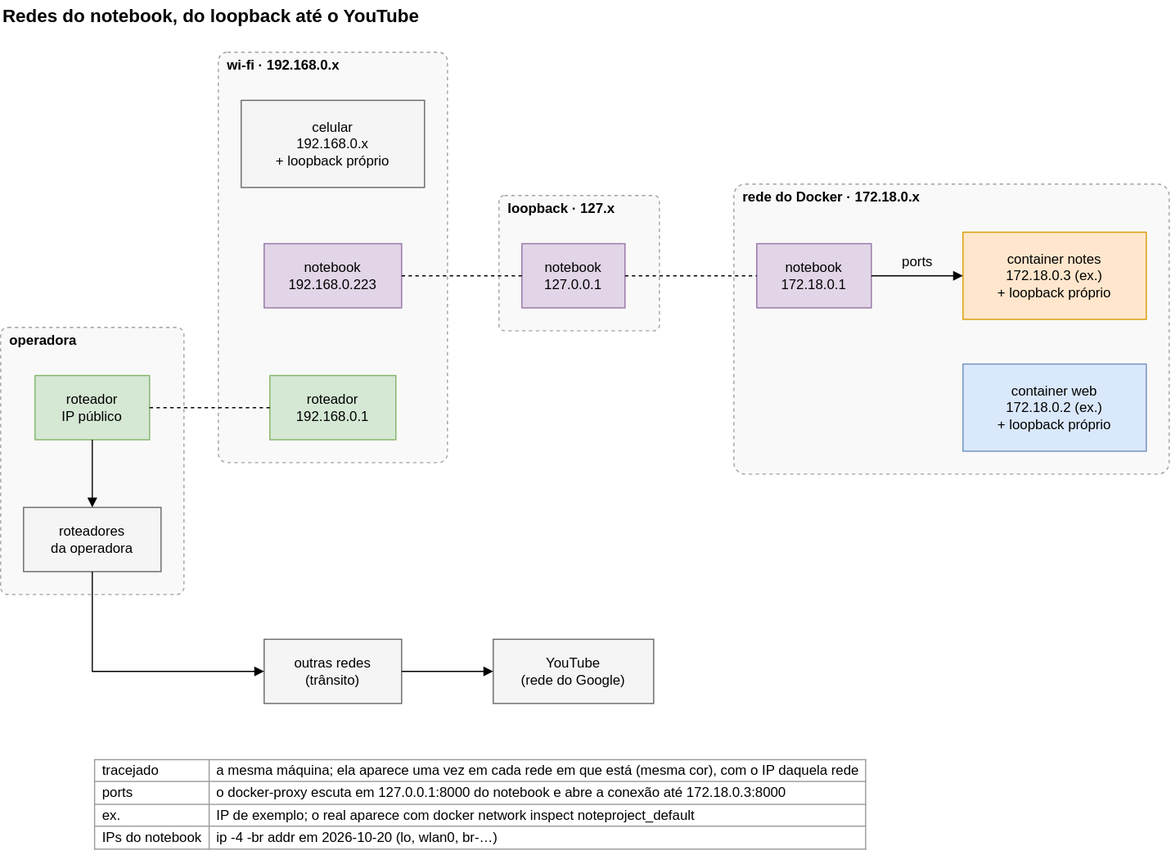
The draw.io diagram ai/kb/diagramas/redes-do-notebook.drawio.svg in LuccaRh/NoteProject, before a commit. Source tidied: cells renumbered, new cells last; positions are measured from the earlier drawing's top-left corner, leaving out a move shared by most shapes. The source it was exported from:
```xml
<mxGraphModel background="#ffffff">
  <root>
    <mxCell id="0" />
    <mxCell id="1" parent="0" />
    <mxCell id="2" value="Redes do notebook, do loopback até o YouTube" style="text;html=1;align=left;verticalAlign=middle;fontSize=16;fontStyle=1;" parent="1" vertex="1">
      <mxGeometry width="421" height="26" as="geometry" />
    </mxCell>
    <mxCell id="3" style="rounded=1;arcSize=4;dashed=1;html=1;fontSize=12;fillColor=#f5f5f5;strokeColor=#666666;opacity=60;" parent="1" vertex="1">
      <mxGeometry x="640" y="160" width="380" height="253" as="geometry" />
    </mxCell>
    <mxCell id="4" style="rounded=1;arcSize=4;dashed=1;html=1;fontSize=12;fillColor=#f5f5f5;strokeColor=#666666;opacity=60;" parent="1" vertex="1">
      <mxGeometry x="190" y="45" width="200" height="358" as="geometry" />
    </mxCell>
    <mxCell id="5" style="rounded=1;arcSize=4;dashed=1;html=1;fontSize=12;fillColor=#f5f5f5;strokeColor=#666666;opacity=60;" parent="1" vertex="1">
      <mxGeometry y="285" width="160" height="233" as="geometry" />
    </mxCell>
    <mxCell id="6" style="rounded=1;arcSize=4;dashed=1;html=1;fontSize=12;fillColor=#f5f5f5;strokeColor=#666666;opacity=60;" parent="1" vertex="1">
      <mxGeometry x="435" y="170" width="140" height="118" as="geometry" />
    </mxCell>
    <mxCell id="7" value="roteador&lt;br&gt;IP público" style="html=1;whiteSpace=wrap;fontSize=12;rounded=0;fillColor=#d5e8d4;strokeColor=#82b366;" parent="1" vertex="1">
      <mxGeometry x="30" y="327" width="100" height="56" as="geometry" />
    </mxCell>
    <mxCell id="8" value="roteadores&lt;br&gt;da operadora" style="html=1;whiteSpace=wrap;fontSize=12;rounded=0;fillColor=#f5f5f5;strokeColor=#666666;" parent="1" vertex="1">
      <mxGeometry x="20" y="442" width="120" height="56" as="geometry" />
    </mxCell>
    <mxCell id="9" value="celular&lt;br&gt;192.168.0.x&lt;br&gt;+ loopback próprio" style="html=1;whiteSpace=wrap;fontSize=12;rounded=0;fillColor=#f5f5f5;strokeColor=#666666;" parent="1" vertex="1">
      <mxGeometry x="210" y="87" width="160" height="76" as="geometry" />
    </mxCell>
    <mxCell id="10" value="notebook&lt;br&gt;192.168.0.223" style="html=1;whiteSpace=wrap;fontSize=12;rounded=0;fillColor=#e1d5e7;strokeColor=#9673a6;" parent="1" vertex="1">
      <mxGeometry x="230" y="212" width="120" height="56" as="geometry" />
    </mxCell>
    <mxCell id="11" value="roteador&lt;br&gt;192.168.0.1" style="html=1;whiteSpace=wrap;fontSize=12;rounded=0;fillColor=#d5e8d4;strokeColor=#82b366;" parent="1" vertex="1">
      <mxGeometry x="235" y="327" width="110" height="56" as="geometry" />
    </mxCell>
    <mxCell id="12" value="notebook&lt;br&gt;127.0.0.1" style="html=1;whiteSpace=wrap;fontSize=12;rounded=0;fillColor=#e1d5e7;strokeColor=#9673a6;" parent="1" vertex="1">
      <mxGeometry x="455" y="212" width="90" height="56" as="geometry" />
    </mxCell>
    <mxCell id="13" value="notebook&lt;br&gt;172.18.0.1" style="html=1;whiteSpace=wrap;fontSize=12;rounded=0;fillColor=#e1d5e7;strokeColor=#9673a6;" parent="1" vertex="1">
      <mxGeometry x="660" y="212" width="100" height="56" as="geometry" />
    </mxCell>
    <mxCell id="14" value="container notes&lt;br&gt;172.18.0.3 (ex.)&lt;br&gt;+ loopback próprio" style="html=1;whiteSpace=wrap;fontSize=12;rounded=0;fillColor=#ffe6cc;strokeColor=#d79b00;" parent="1" vertex="1">
      <mxGeometry x="840" y="202" width="160" height="76" as="geometry" />
    </mxCell>
    <mxCell id="15" value="container web&lt;br&gt;172.18.0.2 (ex.)&lt;br&gt;+ loopback próprio" style="html=1;whiteSpace=wrap;fontSize=12;rounded=0;fillColor=#dae8fc;strokeColor=#6c8ebf;" parent="1" vertex="1">
      <mxGeometry x="840" y="317" width="160" height="76" as="geometry" />
    </mxCell>
    <mxCell id="16" value="outras redes&lt;br&gt;(trânsito)" style="html=1;whiteSpace=wrap;fontSize=12;rounded=0;fillColor=#f5f5f5;strokeColor=#666666;" parent="1" vertex="1">
      <mxGeometry x="230" y="557" width="120" height="56" as="geometry" />
    </mxCell>
    <mxCell id="17" value="YouTube&lt;br&gt;(rede do Google)" style="html=1;whiteSpace=wrap;fontSize=12;rounded=0;fillColor=#f5f5f5;strokeColor=#666666;" parent="1" vertex="1">
      <mxGeometry x="430" y="557" width="140" height="56" as="geometry" />
    </mxCell>
    <mxCell id="18" style="html=1;rounded=0;endArrow=none;startArrow=none;dashed=1;" parent="1" edge="1">
      <mxGeometry relative="1" as="geometry">
        <mxPoint x="350" y="240" as="sourcePoint" />
        <mxPoint x="455" y="240" as="targetPoint" />
      </mxGeometry>
    </mxCell>
    <mxCell id="19" style="html=1;rounded=0;endArrow=none;startArrow=none;dashed=1;" parent="1" edge="1">
      <mxGeometry relative="1" as="geometry">
        <mxPoint x="545" y="240" as="sourcePoint" />
        <mxPoint x="660" y="240" as="targetPoint" />
      </mxGeometry>
    </mxCell>
    <mxCell id="20" style="html=1;rounded=0;endArrow=none;startArrow=none;dashed=1;" parent="1" edge="1">
      <mxGeometry relative="1" as="geometry">
        <mxPoint x="235" y="355" as="sourcePoint" />
        <mxPoint x="130" y="355" as="targetPoint" />
      </mxGeometry>
    </mxCell>
    <mxCell id="21" style="html=1;rounded=0;endArrow=block;endFill=1;startArrow=none;" parent="1" edge="1">
      <mxGeometry relative="1" as="geometry">
        <mxPoint x="760" y="240" as="sourcePoint" />
        <mxPoint x="840" y="240" as="targetPoint" />
      </mxGeometry>
    </mxCell>
    <mxCell id="22" style="html=1;rounded=0;endArrow=block;endFill=1;startArrow=none;" parent="1" edge="1">
      <mxGeometry relative="1" as="geometry">
        <mxPoint x="80" y="383" as="sourcePoint" />
        <mxPoint x="80" y="442" as="targetPoint" />
      </mxGeometry>
    </mxCell>
    <mxCell id="23" style="html=1;rounded=0;endArrow=block;endFill=1;startArrow=none;" parent="1" edge="1">
      <mxGeometry relative="1" as="geometry">
        <mxPoint x="80" y="498" as="sourcePoint" />
        <mxPoint x="230" y="585" as="targetPoint" />
        <Array as="points">
          <mxPoint x="80" y="585" />
        </Array>
      </mxGeometry>
    </mxCell>
    <mxCell id="24" style="html=1;rounded=0;endArrow=block;endFill=1;startArrow=none;" parent="1" edge="1">
      <mxGeometry relative="1" as="geometry">
        <mxPoint x="350" y="585" as="sourcePoint" />
        <mxPoint x="430" y="585" as="targetPoint" />
      </mxGeometry>
    </mxCell>
    <mxCell id="25" value="&lt;b&gt;operadora&lt;/b&gt;" style="text;html=1;align=left;verticalAlign=middle;fontSize=12;" parent="1" vertex="1">
      <mxGeometry x="6" y="288" width="79" height="18" as="geometry" />
    </mxCell>
    <mxCell id="26" value="&lt;b&gt;wi-fi · 192.168.0.x&lt;/b&gt;" style="text;html=1;align=left;verticalAlign=middle;fontSize=12;" parent="1" vertex="1">
      <mxGeometry x="196" y="48" width="149" height="18" as="geometry" />
    </mxCell>
    <mxCell id="27" value="&lt;b&gt;loopback · 127.x&lt;/b&gt;" style="text;html=1;align=left;verticalAlign=middle;fontSize=12;" parent="1" vertex="1">
      <mxGeometry x="441" y="173" width="128" height="18" as="geometry" />
    </mxCell>
    <mxCell id="28" value="&lt;b&gt;rede do Docker · 172.18.0.x&lt;/b&gt;" style="text;html=1;align=left;verticalAlign=middle;fontSize=12;" parent="1" vertex="1">
      <mxGeometry x="646" y="163" width="205" height="18" as="geometry" />
    </mxCell>
    <mxCell id="29" value="ports" style="text;html=1;align=center;verticalAlign=middle;fontSize=12;" parent="1" vertex="1">
      <mxGeometry x="774" y="219" width="51" height="18" as="geometry" />
    </mxCell>
    <mxCell id="30" value="&lt;table style=&quot;border-collapse:collapse;font-size:12px&quot;&gt;&lt;tr&gt;&lt;td style=&quot;border:1px solid #999;padding:2px 6px;text-align:left&quot;&gt;tracejado&lt;/td&gt;&lt;td style=&quot;border:1px solid #999;padding:2px 6px;text-align:left&quot;&gt;a mesma máquina; ela aparece uma vez em cada rede em que está (mesma cor), com o IP daquela rede&lt;/td&gt;&lt;/tr&gt;&lt;tr&gt;&lt;td style=&quot;border:1px solid #999;padding:2px 6px;text-align:left&quot;&gt;ports&lt;/td&gt;&lt;td style=&quot;border:1px solid #999;padding:2px 6px;text-align:left&quot;&gt;o docker-proxy escuta em 127.0.0.1:8000 do notebook e abre a conexão até 172.18.0.3:8000&lt;/td&gt;&lt;/tr&gt;&lt;tr&gt;&lt;td style=&quot;border:1px solid #999;padding:2px 6px;text-align:left&quot;&gt;ex.&lt;/td&gt;&lt;td style=&quot;border:1px solid #999;padding:2px 6px;text-align:left&quot;&gt;IP de exemplo; o real aparece com docker network inspect noteproject_default&lt;/td&gt;&lt;/tr&gt;&lt;tr&gt;&lt;td style=&quot;border:1px solid #999;padding:2px 6px;text-align:left&quot;&gt;IPs do notebook&lt;/td&gt;&lt;td style=&quot;border:1px solid #999;padding:2px 6px;text-align:left&quot;&gt;ip -4 -br addr em 2026-10-20 (lo, wlan0, br-…)&lt;/td&gt;&lt;/tr&gt;&lt;/table&gt;" style="text;html=1;align=left;verticalAlign=top;whiteSpace=wrap;fontSize=12;" parent="1" vertex="1">
      <mxGeometry x="80" y="655" width="829" height="94" as="geometry" />
    </mxCell>
  </root>
</mxGraphModel>
```
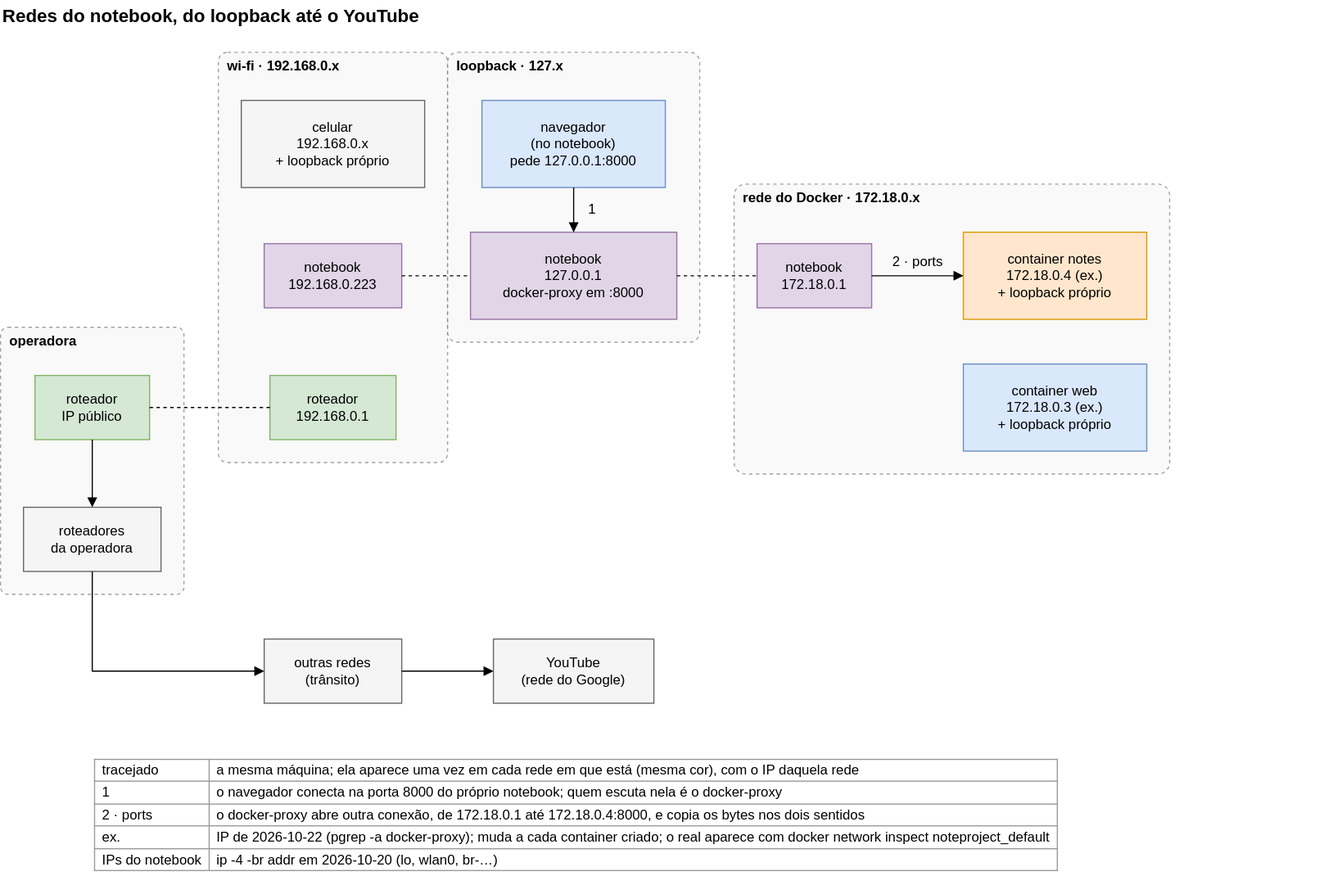
Later version of the same file.

Change to the diagram source:
```diff
@@ -11,12 +11,12 @@
     <mxCell id="4" style="rounded=1;arcSize=4;dashed=1;html=1;fontSize=12;fillColor=#f5f5f5;strokeColor=#666666;opacity=60;" parent="1" vertex="1">
       <mxGeometry x="190" y="45" width="200" height="358" as="geometry" />
     </mxCell>
+    <mxCell id="6" style="rounded=1;arcSize=4;dashed=1;html=1;fontSize=12;fillColor=#f5f5f5;strokeColor=#666666;opacity=60;" parent="1" vertex="1">
+      <mxGeometry x="390" y="45" width="220" height="253" as="geometry" />
+    </mxCell>
     <mxCell id="5" style="rounded=1;arcSize=4;dashed=1;html=1;fontSize=12;fillColor=#f5f5f5;strokeColor=#666666;opacity=60;" parent="1" vertex="1">
       <mxGeometry y="285" width="160" height="233" as="geometry" />
     </mxCell>
-    <mxCell id="6" style="rounded=1;arcSize=4;dashed=1;html=1;fontSize=12;fillColor=#f5f5f5;strokeColor=#666666;opacity=60;" parent="1" vertex="1">
-      <mxGeometry x="435" y="170" width="140" height="118" as="geometry" />
-    </mxCell>
     <mxCell id="7" value="roteador&lt;br&gt;IP público" style="html=1;whiteSpace=wrap;fontSize=12;rounded=0;fillColor=#d5e8d4;strokeColor=#82b366;" parent="1" vertex="1">
       <mxGeometry x="30" y="327" width="100" height="56" as="geometry" />
     </mxCell>
@@ -32,16 +32,19 @@
     <mxCell id="11" value="roteador&lt;br&gt;192.168.0.1" style="html=1;whiteSpace=wrap;fontSize=12;rounded=0;fillColor=#d5e8d4;strokeColor=#82b366;" parent="1" vertex="1">
       <mxGeometry x="235" y="327" width="110" height="56" as="geometry" />
     </mxCell>
+    <mxCell id="31" value="navegador&lt;br&gt;(no notebook)&lt;br&gt;pede 127.0.0.1:8000" style="html=1;whiteSpace=wrap;fontSize=12;rounded=0;fillColor=#dae8fc;strokeColor=#6c8ebf;" parent="1" vertex="1">
+      <mxGeometry x="420" y="87" width="160" height="76" as="geometry" />
+    </mxCell>
-    <mxCell id="12" value="notebook&lt;br&gt;127.0.0.1" style="html=1;whiteSpace=wrap;fontSize=12;rounded=0;fillColor=#e1d5e7;strokeColor=#9673a6;" parent="1" vertex="1">
-      <mxGeometry x="455" y="212" width="90" height="56" as="geometry" />
+    <mxCell id="12" value="notebook&lt;br&gt;127.0.0.1&lt;br&gt;docker-proxy em :8000" style="html=1;whiteSpace=wrap;fontSize=12;rounded=0;fillColor=#e1d5e7;strokeColor=#9673a6;" parent="1" vertex="1">
+      <mxGeometry x="410" y="202" width="180" height="76" as="geometry" />
     </mxCell>
     <mxCell id="13" value="notebook&lt;br&gt;172.18.0.1" style="html=1;whiteSpace=wrap;fontSize=12;rounded=0;fillColor=#e1d5e7;strokeColor=#9673a6;" parent="1" vertex="1">
       <mxGeometry x="660" y="212" width="100" height="56" as="geometry" />
     </mxCell>
-    <mxCell id="14" value="container notes&lt;br&gt;172.18.0.3 (ex.)&lt;br&gt;+ loopback próprio" style="html=1;whiteSpace=wrap;fontSize=12;rounded=0;fillColor=#ffe6cc;strokeColor=#d79b00;" parent="1" vertex="1">
+    <mxCell id="14" value="container notes&lt;br&gt;172.18.0.4 (ex.)&lt;br&gt;+ loopback próprio" style="html=1;whiteSpace=wrap;fontSize=12;rounded=0;fillColor=#ffe6cc;strokeColor=#d79b00;" parent="1" vertex="1">
       <mxGeometry x="840" y="202" width="160" height="76" as="geometry" />
     </mxCell>
-    <mxCell id="15" value="container web&lt;br&gt;172.18.0.2 (ex.)&lt;br&gt;+ loopback próprio" style="html=1;whiteSpace=wrap;fontSize=12;rounded=0;fillColor=#dae8fc;strokeColor=#6c8ebf;" parent="1" vertex="1">
+    <mxCell id="15" value="container web&lt;br&gt;172.18.0.3 (ex.)&lt;br&gt;+ loopback próprio" style="html=1;whiteSpace=wrap;fontSize=12;rounded=0;fillColor=#dae8fc;strokeColor=#6c8ebf;" parent="1" vertex="1">
       <mxGeometry x="840" y="317" width="160" height="76" as="geometry" />
     </mxCell>
     <mxCell id="16" value="outras redes&lt;br&gt;(trânsito)" style="html=1;whiteSpace=wrap;fontSize=12;rounded=0;fillColor=#f5f5f5;strokeColor=#666666;" parent="1" vertex="1">
@@ -53,12 +56,12 @@
     <mxCell id="18" style="html=1;rounded=0;endArrow=none;startArrow=none;dashed=1;" parent="1" edge="1">
       <mxGeometry relative="1" as="geometry">
         <mxPoint x="350" y="240" as="sourcePoint" />
-        <mxPoint x="455" y="240" as="targetPoint" />
+        <mxPoint x="410" y="240" as="targetPoint" />
       </mxGeometry>
     </mxCell>
     <mxCell id="19" style="html=1;rounded=0;endArrow=none;startArrow=none;dashed=1;" parent="1" edge="1">
       <mxGeometry relative="1" as="geometry">
-        <mxPoint x="545" y="240" as="sourcePoint" />
+        <mxPoint x="590" y="240" as="sourcePoint" />
         <mxPoint x="660" y="240" as="targetPoint" />
       </mxGeometry>
     </mxCell>
@@ -70,31 +73,37 @@
     </mxCell>
     <mxCell id="21" style="html=1;rounded=0;endArrow=block;endFill=1;startArrow=none;" parent="1" edge="1">
       <mxGeometry relative="1" as="geometry">
-        <mxPoint x="760" y="240" as="sourcePoint" />
-        <mxPoint x="840" y="240" as="targetPoint" />
+        <mxPoint x="500" y="163" as="sourcePoint" />
+        <mxPoint x="500" y="202" as="targetPoint" />
       </mxGeometry>
     </mxCell>
     <mxCell id="22" style="html=1;rounded=0;endArrow=block;endFill=1;startArrow=none;" parent="1" edge="1">
       <mxGeometry relative="1" as="geometry">
-        <mxPoint x="80" y="383" as="sourcePoint" />
-        <mxPoint x="80" y="442" as="targetPoint" />
+        <mxPoint x="760" y="240" as="sourcePoint" />
+        <mxPoint x="840" y="240" as="targetPoint" />
       </mxGeometry>
     </mxCell>
     <mxCell id="23" style="html=1;rounded=0;endArrow=block;endFill=1;startArrow=none;" parent="1" edge="1">
       <mxGeometry relative="1" as="geometry">
-        <mxPoint x="80" y="498" as="sourcePoint" />
-        <mxPoint x="230" y="585" as="targetPoint" />
-        <Array as="points">
-          <mxPoint x="80" y="585" />
-        </Array>
+        <mxPoint x="80" y="383" as="sourcePoint" />
+        <mxPoint x="80" y="442" as="targetPoint" />
       </mxGeometry>
     </mxCell>
     <mxCell id="24" style="html=1;rounded=0;endArrow=block;endFill=1;startArrow=none;" parent="1" edge="1">
       <mxGeometry relative="1" as="geometry">
-        <mxPoint x="350" y="585" as="sourcePoint" />
-        <mxPoint x="430" y="585" as="targetPoint" />
+        <mxPoint x="80" y="498" as="sourcePoint" />
+        <mxPoint x="230" y="585" as="targetPoint" />
+        <Array as="points">
+          <mxPoint x="80" y="585" />
+        </Array>
       </mxGeometry>
     </mxCell>
+    <mxCell id="32" style="html=1;rounded=0;endArrow=block;endFill=1;startArrow=none;" parent="1" edge="1">
+      <mxGeometry relative="1" as="geometry">
+        <mxPoint x="350" y="585" as="sourcePoint" />
+        <mxPoint x="430" y="585" as="targetPoint" />
+      </mxGeometry>
+    </mxCell>
     <mxCell id="25" value="&lt;b&gt;operadora&lt;/b&gt;" style="text;html=1;align=left;verticalAlign=middle;fontSize=12;" parent="1" vertex="1">
       <mxGeometry x="6" y="288" width="79" height="18" as="geometry" />
     </mxCell>
@@ -102,16 +111,19 @@
       <mxGeometry x="196" y="48" width="149" height="18" as="geometry" />
     </mxCell>
     <mxCell id="27" value="&lt;b&gt;loopback · 127.x&lt;/b&gt;" style="text;html=1;align=left;verticalAlign=middle;fontSize=12;" parent="1" vertex="1">
-      <mxGeometry x="441" y="173" width="128" height="18" as="geometry" />
+      <mxGeometry x="396" y="48" width="128" height="18" as="geometry" />
     </mxCell>
     <mxCell id="28" value="&lt;b&gt;rede do Docker · 172.18.0.x&lt;/b&gt;" style="text;html=1;align=left;verticalAlign=middle;fontSize=12;" parent="1" vertex="1">
       <mxGeometry x="646" y="163" width="205" height="18" as="geometry" />
     </mxCell>
-    <mxCell id="29" value="ports" style="text;html=1;align=center;verticalAlign=middle;fontSize=12;" parent="1" vertex="1">
-      <mxGeometry x="774" y="219" width="51" height="18" as="geometry" />
+    <mxCell id="29" value="1" style="text;html=1;align=center;verticalAlign=middle;fontSize=12;" parent="1" vertex="1">
+      <mxGeometry x="504" y="173" width="23" height="18" as="geometry" />
     </mxCell>
+    <mxCell id="33" value="2 · ports" style="text;html=1;align=center;verticalAlign=middle;fontSize=12;" parent="1" vertex="1">
+      <mxGeometry x="760" y="219" width="79" height="18" as="geometry" />
+    </mxCell>
-    <mxCell id="30" value="&lt;table style=&quot;border-collapse:collapse;font-size:12px&quot;&gt;&lt;tr&gt;&lt;td style=&quot;border:1px solid #999;padding:2px 6px;text-align:left&quot;&gt;tracejado&lt;/td&gt;&lt;td style=&quot;border:1px solid #999;padding:2px 6px;text-align:left&quot;&gt;a mesma máquina; ela aparece uma vez em cada rede em que está (mesma cor), com o IP daquela rede&lt;/td&gt;&lt;/tr&gt;&lt;tr&gt;&lt;td style=&quot;border:1px solid #999;padding:2px 6px;text-align:left&quot;&gt;ports&lt;/td&gt;&lt;td style=&quot;border:1px solid #999;padding:2px 6px;text-align:left&quot;&gt;o docker-proxy escuta em 127.0.0.1:8000 do notebook e abre a conexão até 172.18.0.3:8000&lt;/td&gt;&lt;/tr&gt;&lt;tr&gt;&lt;td style=&quot;border:1px solid #999;padding:2px 6px;text-align:left&quot;&gt;ex.&lt;/td&gt;&lt;td style=&quot;border:1px solid #999;padding:2px 6px;text-align:left&quot;&gt;IP de exemplo; o real aparece com docker network inspect noteproject_default&lt;/td&gt;&lt;/tr&gt;&lt;tr&gt;&lt;td style=&quot;border:1px solid #999;padding:2px 6px;text-align:left&quot;&gt;IPs do notebook&lt;/td&gt;&lt;td style=&quot;border:1px solid #999;padding:2px 6px;text-align:left&quot;&gt;ip -4 -br addr em 2026-10-20 (lo, wlan0, br-…)&lt;/td&gt;&lt;/tr&gt;&lt;/table&gt;" style="text;html=1;align=left;verticalAlign=top;whiteSpace=wrap;fontSize=12;" parent="1" vertex="1">
-      <mxGeometry x="80" y="655" width="829" height="94" as="geometry" />
+    <mxCell id="30" value="&lt;table style=&quot;border-collapse:collapse;font-size:12px&quot;&gt;&lt;tr&gt;&lt;td style=&quot;border:1px solid #999;padding:2px 6px;text-align:left&quot;&gt;tracejado&lt;/td&gt;&lt;td style=&quot;border:1px solid #999;padding:2px 6px;text-align:left&quot;&gt;a mesma máquina; ela aparece uma vez em cada rede em que está (mesma cor), com o IP daquela rede&lt;/td&gt;&lt;/tr&gt;&lt;tr&gt;&lt;td style=&quot;border:1px solid #999;padding:2px 6px;text-align:left&quot;&gt;1&lt;/td&gt;&lt;td style=&quot;border:1px solid #999;padding:2px 6px;text-align:left&quot;&gt;o navegador conecta na porta 8000 do próprio notebook; quem escuta nela é o docker-proxy&lt;/td&gt;&lt;/tr&gt;&lt;tr&gt;&lt;td style=&quot;border:1px solid #999;padding:2px 6px;text-align:left&quot;&gt;2 · ports&lt;/td&gt;&lt;td style=&quot;border:1px solid #999;padding:2px 6px;text-align:left&quot;&gt;o docker-proxy abre outra conexão, de 172.18.0.1 até 172.18.0.4:8000, e copia os bytes nos dois sentidos&lt;/td&gt;&lt;/tr&gt;&lt;tr&gt;&lt;td style=&quot;border:1px solid #999;padding:2px 6px;text-align:left&quot;&gt;ex.&lt;/td&gt;&lt;td style=&quot;border:1px solid #999;padding:2px 6px;text-align:left&quot;&gt;IP de 2026-10-22 (pgrep -a docker-proxy); muda a cada container criado; o real aparece com docker network inspect noteproject_default&lt;/td&gt;&lt;/tr&gt;&lt;tr&gt;&lt;td style=&quot;border:1px solid #999;padding:2px 6px;text-align:left&quot;&gt;IPs do notebook&lt;/td&gt;&lt;td style=&quot;border:1px solid #999;padding:2px 6px;text-align:left&quot;&gt;ip -4 -br addr em 2026-10-20 (lo, wlan0, br-…)&lt;/td&gt;&lt;/tr&gt;&lt;/table&gt;" style="text;html=1;align=left;verticalAlign=top;whiteSpace=wrap;fontSize=12;" parent="1" vertex="1">
+      <mxGeometry x="80" y="655" width="1081" height="116" as="geometry" />
     </mxCell>
   </root>
 </mxGraphModel>
```
